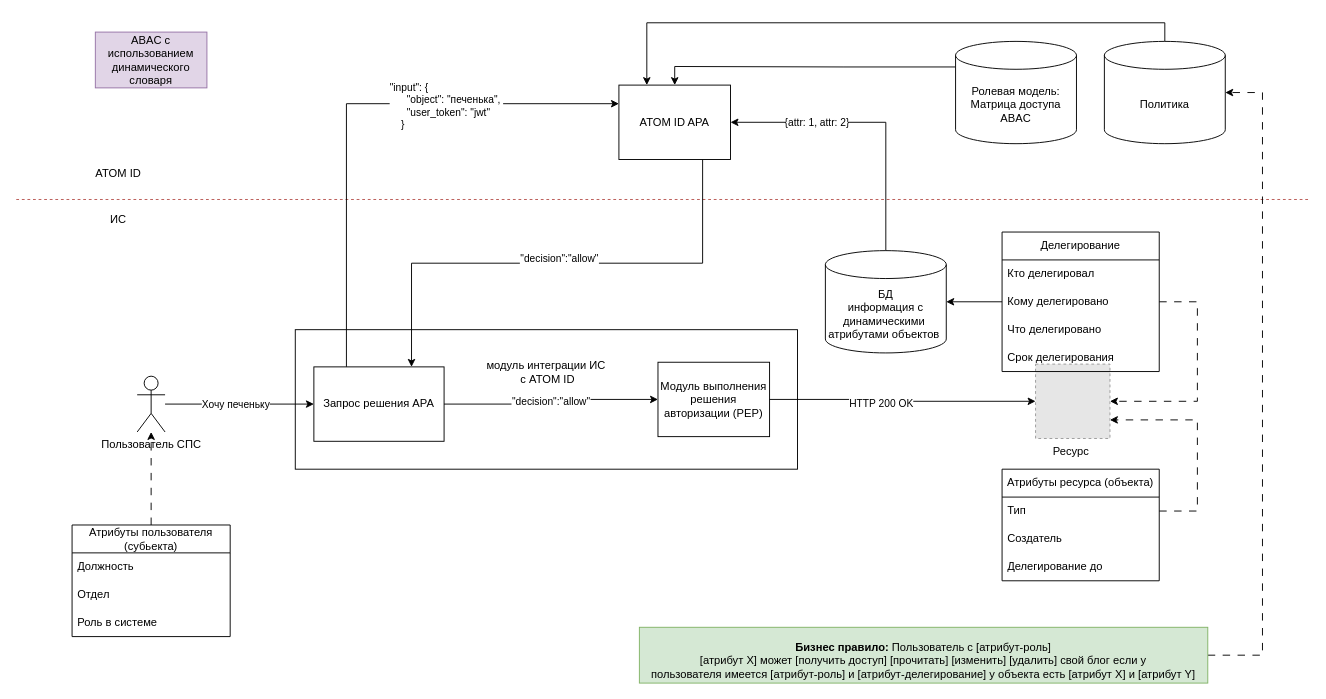
Above: page "АРХ.AUTHZ.ABAC2" (4 of 5) of AppSec/Арх.паттерны.drawio in FIR-UIII/notes (draw.io), before the change. Source tidied: cells renumbered, new cells numbered last; positions are measured from the earlier drawing's top-left corner, leaving out a move shared by most shapes. Both pictures are drawn from the tidied source at 93%, with x=0, y=0 at pixel (16, 32). Pictures stored in the file or linked from it are replaced by grey dashed boxes.
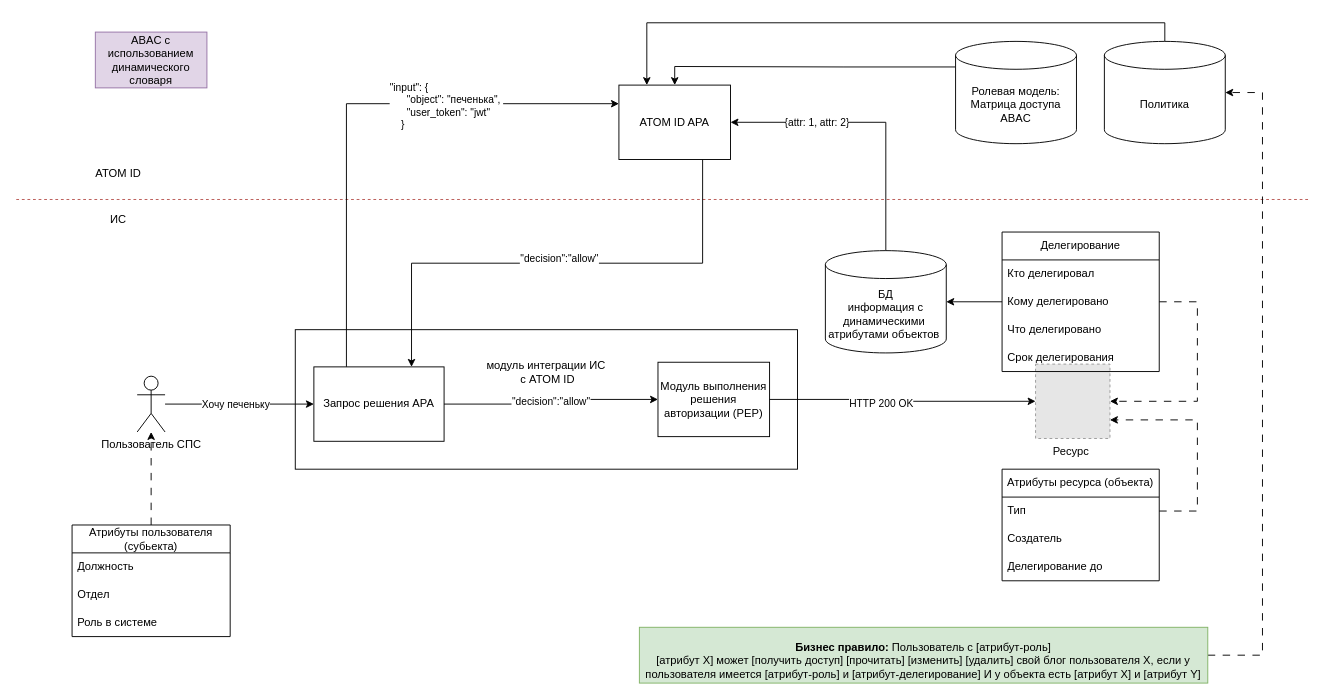
The same page after the edit.

What changed in the source:
```diff
@@
-    <mxCell id="40" value="&lt;p style=&quot;margin-bottom:0cm;margin-bottom:.0001pt;line-height:&amp;lt;br/&amp;gt;normal&quot; class=&quot;MsoNormal&quot;&gt;&lt;span style=&quot;font-size:9.0pt;mso-bidi-font-size:11.0pt&quot;&gt;&lt;b&gt;Бизнес правило:&lt;/b&gt; Пользователь с [атрибут-роль]&lt;br&gt;[атрибут X] может [получить доступ] [прочитать] [изменить] [удалить] свой блог если у&lt;br&gt;пользователя имеется&amp;nbsp;&lt;/span&gt;[атрибут-роль] и&amp;nbsp;&lt;span style=&quot;background-color: transparent; color: light-dark(rgb(0, 0, 0), rgb(255, 255, 255));&quot;&gt;[атрибут-делегирование]&amp;nbsp;&lt;/span&gt;&lt;span style=&quot;background-color: transparent; color: light-dark(rgb(0, 0, 0), rgb(255, 255, 255)); font-size: 9pt;&quot;&gt;у объекта есть [атрибут X] и&amp;nbsp;&lt;/span&gt;&lt;span style=&quot;background-color: transparent; color: light-dark(rgb(0, 0, 0), rgb(255, 255, 255));&quot;&gt;[атрибут Y]&lt;/span&gt;&lt;/p&gt;" style="rounded=0;whiteSpace=wrap;html=1;fillColor=#d5e8d4;strokeColor=#82b366;" parent="1" vertex="1">
+    <mxCell id="40" value="&lt;p style=&quot;margin-bottom:0cm;margin-bottom:.0001pt;line-height:&amp;lt;br/&amp;gt;normal&quot; class=&quot;MsoNormal&quot;&gt;&lt;span style=&quot;font-size:9.0pt;mso-bidi-font-size:11.0pt&quot;&gt;&lt;b&gt;Бизнес правило:&lt;/b&gt; Пользователь с [атрибут-роль]&lt;br&gt;[атрибут X] может [получить доступ] [прочитать] [изменить] [удалить] свой блог пользователя X, если у&lt;br&gt;пользователя имеется&amp;nbsp;&lt;/span&gt;[атрибут-роль] и&amp;nbsp;&lt;span style=&quot;background-color: transparent; color: light-dark(rgb(0, 0, 0), rgb(255, 255, 255));&quot;&gt;[атрибут-делегирование]&amp;nbsp;&lt;/span&gt;&lt;span style=&quot;background-color: transparent; color: light-dark(rgb(0, 0, 0), rgb(255, 255, 255)); font-size: 9pt;&quot;&gt;И у объекта есть [атрибут X] и&amp;nbsp;&lt;/span&gt;&lt;span style=&quot;background-color: transparent; color: light-dark(rgb(0, 0, 0), rgb(255, 255, 255));&quot;&gt;[атрибут Y]&lt;/span&gt;&lt;/p&gt;" style="rounded=0;whiteSpace=wrap;html=1;fillColor=#d5e8d4;strokeColor=#82b366;" parent="1" vertex="1">
       <mxGeometry x="670" y="640" width="611.2" height="60" as="geometry" />
     </mxCell>
```
